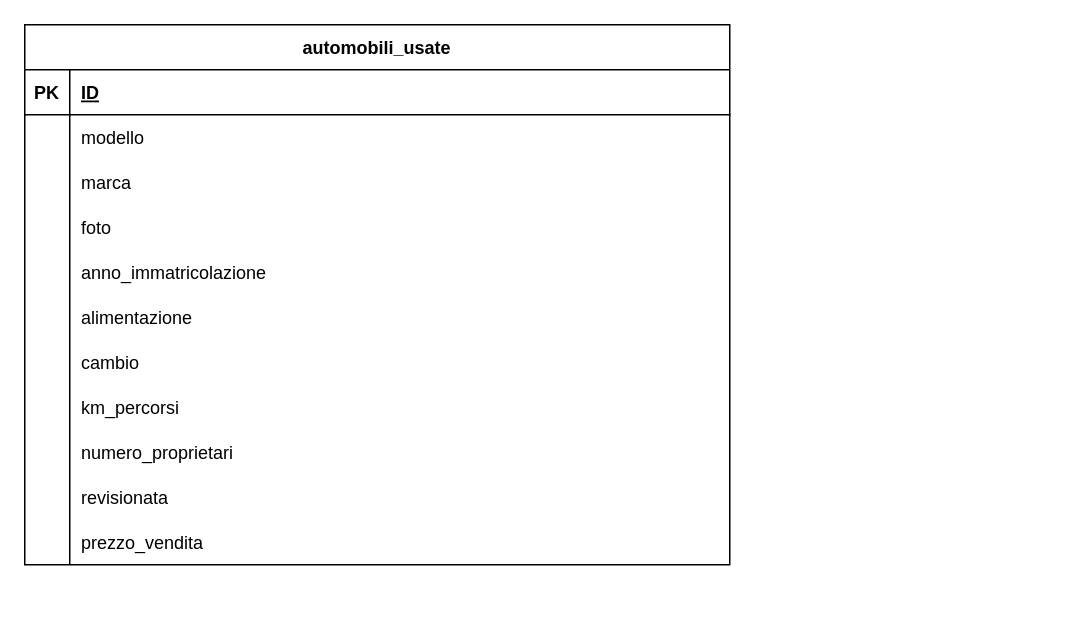
The draw.io diagram db_automobili_usate.drawio in N1kola0s/db-first, before the edit. Source tidied: cells renumbered, new cells numbered last; positions are measured from the earlier drawing's top-left corner, leaving out a move shared by most shapes. Both pictures are drawn from the tidied source at 150%, with x=0, y=0 at pixel (24, 24).
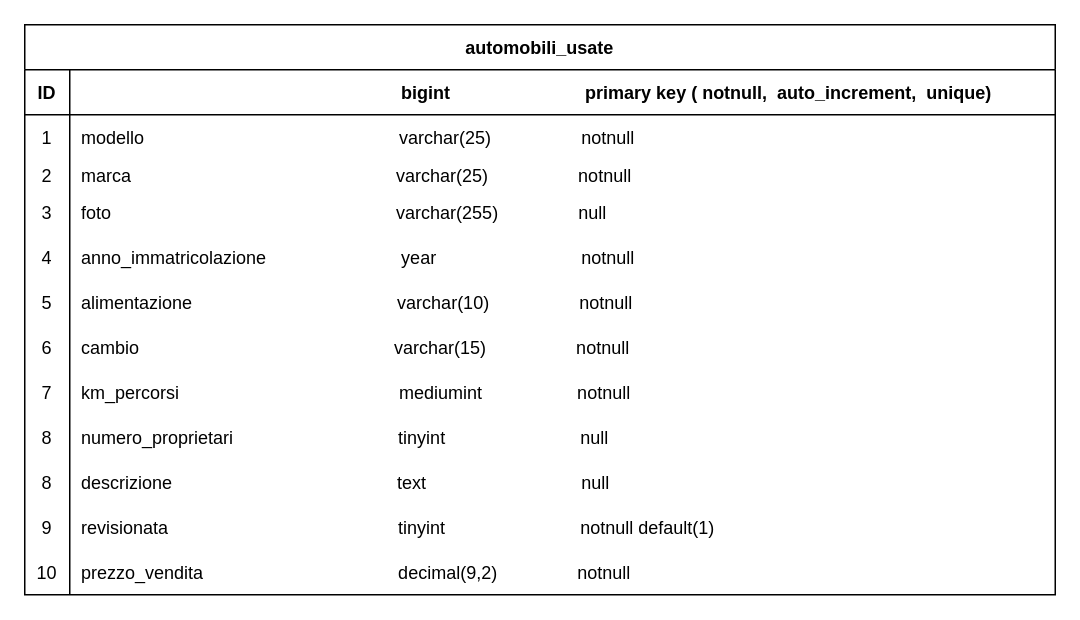
After the change.

Change to the diagram source:
```diff
@@
     <mxCell id="2" value="automobili_usate" style="shape=table;startSize=30;childLayout=tableLayout;rowLines=0;fontStyle=1;align=center;" parent="1" vertex="1">
-      <mxGeometry width="470" height="360" as="geometry" />
+      <mxGeometry width="687" height="380" as="geometry" />
     </mxCell>
     <mxCell id="3" style="shape=partialRectangle;fillColor=none;top=0;left=0;bottom=1;right=0;" parent="2" vertex="1">
-      <mxGeometry y="30" width="470" height="30" as="geometry" />
+      <mxGeometry y="30" width="687" height="30" as="geometry" />
     </mxCell>
-    <mxCell id="4" value="PK" style="shape=partialRectangle;fillColor=none;top=0;left=0;bottom=0;right=0;fontStyle=1;overflow=hidden;" parent="3" vertex="1">
+    <mxCell id="4" value="ID" style="shape=partialRectangle;fillColor=none;top=0;left=0;bottom=0;right=0;fontStyle=1;overflow=hidden;" parent="3" vertex="1">
       <mxGeometry width="30" height="30" as="geometry" />
     </mxCell>
-    <mxCell id="5" value="ID" style="shape=partialRectangle;fillColor=none;top=0;left=0;bottom=0;right=0;align=left;spacingLeft=6;fontStyle=5;overflow=hidden;" parent="3" vertex="1">
-      <mxGeometry x="30" width="440" height="30" as="geometry" />
+    <mxCell id="5" value="                                                                bigint                           primary key ( notnull,  auto_increment,  unique)" style="shape=partialRectangle;fillColor=none;top=0;left=0;bottom=0;right=0;align=left;spacingLeft=6;fontStyle=1;overflow=hidden;" parent="3" vertex="1">
+      <mxGeometry x="30" width="657" height="30" as="geometry" />
     </mxCell>
     <mxCell id="6" style="shape=partialRectangle;fillColor=none;top=0;left=0;bottom=0;right=0;" parent="2" vertex="1">
-      <mxGeometry y="60" width="470" height="30" as="geometry" />
+      <mxGeometry y="60" width="687" height="30" as="geometry" />
     </mxCell>
-    <mxCell id="7" style="shape=partialRectangle;fillColor=none;top=0;left=0;bottom=0;right=0;overflow=hidden;" parent="6" vertex="1">
+    <mxCell id="7" value="1" style="shape=partialRectangle;fillColor=none;top=0;left=0;bottom=0;right=0;overflow=hidden;" parent="6" vertex="1">
       <mxGeometry width="30" height="30" as="geometry" />
     </mxCell>
-    <mxCell id="8" value="modello                                          " style="shape=partialRectangle;fillColor=none;top=0;left=0;bottom=0;right=0;align=left;spacingLeft=6;overflow=hidden;" parent="6" vertex="1">
-      <mxGeometry x="30" width="440" height="30" as="geometry" />
+    <mxCell id="8" value="modello                                                   varchar(25)                  notnull" style="shape=partialRectangle;fillColor=none;top=0;left=0;bottom=0;right=0;align=left;spacingLeft=6;overflow=hidden;" parent="6" vertex="1">
+      <mxGeometry x="30" width="657" height="30" as="geometry" />
     </mxCell>
     <mxCell id="9" style="shape=partialRectangle;fillColor=none;top=0;left=0;bottom=0;right=0;" parent="2" vertex="1">
-      <mxGeometry y="90" width="470" height="30" as="geometry" />
+      <mxGeometry y="90" width="687" height="20" as="geometry" />
     </mxCell>
-    <mxCell id="10" style="shape=partialRectangle;fillColor=none;top=0;left=0;bottom=0;right=0;overflow=hidden;" parent="9" vertex="1">
-      <mxGeometry width="30" height="30" as="geometry" />
+    <mxCell id="10" value="2" style="shape=partialRectangle;fillColor=none;top=0;left=0;bottom=0;right=0;overflow=hidden;" parent="9" vertex="1">
+      <mxGeometry width="30" height="20" as="geometry" />
     </mxCell>
-    <mxCell id="11" value="marca" style="shape=partialRectangle;fillColor=none;top=0;left=0;bottom=0;right=0;align=left;spacingLeft=6;overflow=hidden;" parent="9" vertex="1">
-      <mxGeometry x="30" width="440" height="30" as="geometry" />
+    <mxCell id="11" value="marca                                                     varchar(25)                  notnull" style="shape=partialRectangle;fillColor=none;top=0;left=0;bottom=0;right=0;align=left;spacingLeft=6;overflow=hidden;" parent="9" vertex="1">
+      <mxGeometry x="30" width="657" height="20" as="geometry" />
     </mxCell>
     <mxCell id="12" style="shape=partialRectangle;fillColor=none;top=0;left=0;bottom=0;right=0;" parent="2" vertex="1">
-      <mxGeometry y="120" width="470" height="30" as="geometry" />
+      <mxGeometry y="110" width="687" height="30" as="geometry" />
     </mxCell>
-    <mxCell id="13" style="shape=partialRectangle;fillColor=none;top=0;left=0;bottom=0;right=0;overflow=hidden;" parent="12" vertex="1">
+    <mxCell id="13" value="3" style="shape=partialRectangle;fillColor=none;top=0;left=0;bottom=0;right=0;overflow=hidden;" parent="12" vertex="1">
       <mxGeometry width="30" height="30" as="geometry" />
     </mxCell>
-    <mxCell id="14" value="foto" style="shape=partialRectangle;fillColor=none;top=0;left=0;bottom=0;right=0;align=left;spacingLeft=6;overflow=hidden;" parent="12" vertex="1">
-      <mxGeometry x="30" width="440" height="30" as="geometry" />
+    <mxCell id="14" value="foto                                                         varchar(255)                null" style="shape=partialRectangle;fillColor=none;top=0;left=0;bottom=0;right=0;align=left;spacingLeft=6;overflow=hidden;" parent="12" vertex="1">
+      <mxGeometry x="30" width="657" height="30" as="geometry" />
     </mxCell>
     <mxCell id="15" style="shape=partialRectangle;fillColor=none;top=0;left=0;bottom=0;right=0;" parent="2" vertex="1">
-      <mxGeometry y="150" width="470" height="30" as="geometry" />
+      <mxGeometry y="140" width="687" height="30" as="geometry" />
     </mxCell>
-    <mxCell id="16" style="shape=partialRectangle;fillColor=none;top=0;left=0;bottom=0;right=0;overflow=hidden;" parent="15" vertex="1">
+    <mxCell id="16" value="4" style="shape=partialRectangle;fillColor=none;top=0;left=0;bottom=0;right=0;overflow=hidden;" parent="15" vertex="1">
       <mxGeometry width="30" height="30" as="geometry" />
     </mxCell>
-    <mxCell id="17" value="anno_immatricolazione" style="shape=partialRectangle;fillColor=none;top=0;left=0;bottom=0;right=0;align=left;spacingLeft=6;overflow=hidden;" parent="15" vertex="1">
-      <mxGeometry x="30" width="440" height="30" as="geometry" />
+    <mxCell id="17" value="anno_immatricolazione                           year                             notnull" style="shape=partialRectangle;fillColor=none;top=0;left=0;bottom=0;right=0;align=left;spacingLeft=6;overflow=hidden;" parent="15" vertex="1">
+      <mxGeometry x="30" width="657" height="30" as="geometry" />
     </mxCell>
     <mxCell id="18" style="shape=partialRectangle;fillColor=none;top=0;left=0;bottom=0;right=0;" parent="2" vertex="1">
-      <mxGeometry y="180" width="470" height="30" as="geometry" />
+      <mxGeometry y="170" width="687" height="30" as="geometry" />
     </mxCell>
-    <mxCell id="19" style="shape=partialRectangle;fillColor=none;top=0;left=0;bottom=0;right=0;overflow=hidden;" parent="18" vertex="1">
+    <mxCell id="19" value="5" style="shape=partialRectangle;fillColor=none;top=0;left=0;bottom=0;right=0;overflow=hidden;" parent="18" vertex="1">
       <mxGeometry width="30" height="30" as="geometry" />
     </mxCell>
-    <mxCell id="20" value="alimentazione" style="shape=partialRectangle;fillColor=none;top=0;left=0;bottom=0;right=0;align=left;spacingLeft=6;overflow=hidden;" parent="18" vertex="1">
-      <mxGeometry x="30" width="440" height="30" as="geometry" />
+    <mxCell id="20" value="alimentazione                                         varchar(10)                  notnull" style="shape=partialRectangle;fillColor=none;top=0;left=0;bottom=0;right=0;align=left;spacingLeft=6;overflow=hidden;" parent="18" vertex="1">
+      <mxGeometry x="30" width="657" height="30" as="geometry" />
     </mxCell>
     <mxCell id="21" style="shape=partialRectangle;fillColor=none;top=0;left=0;bottom=0;right=0;" parent="2" vertex="1">
-      <mxGeometry y="210" width="470" height="30" as="geometry" />
+      <mxGeometry y="200" width="687" height="30" as="geometry" />
     </mxCell>
-    <mxCell id="22" style="shape=partialRectangle;fillColor=none;top=0;left=0;bottom=0;right=0;overflow=hidden;" parent="21" vertex="1">
+    <mxCell id="22" value="6" style="shape=partialRectangle;fillColor=none;top=0;left=0;bottom=0;right=0;overflow=hidden;" parent="21" vertex="1">
       <mxGeometry width="30" height="30" as="geometry" />
     </mxCell>
-    <mxCell id="23" value="cambio" style="shape=partialRectangle;fillColor=none;top=0;left=0;bottom=0;right=0;align=left;spacingLeft=6;overflow=hidden;" parent="21" vertex="1">
-      <mxGeometry x="30" width="440" height="30" as="geometry" />
+    <mxCell id="23" value="cambio                                                   varchar(15)                  notnull" style="shape=partialRectangle;fillColor=none;top=0;left=0;bottom=0;right=0;align=left;spacingLeft=6;overflow=hidden;" parent="21" vertex="1">
+      <mxGeometry x="30" width="657" height="30" as="geometry" />
     </mxCell>
     <mxCell id="24" style="shape=partialRectangle;fillColor=none;top=0;left=0;bottom=0;right=0;" parent="2" vertex="1">
-      <mxGeometry y="240" width="470" height="30" as="geometry" />
+      <mxGeometry y="230" width="687" height="30" as="geometry" />
     </mxCell>
-    <mxCell id="25" style="shape=partialRectangle;fillColor=none;top=0;left=0;bottom=0;right=0;overflow=hidden;" parent="24" vertex="1">
+    <mxCell id="25" value="7" style="shape=partialRectangle;fillColor=none;top=0;left=0;bottom=0;right=0;overflow=hidden;" parent="24" vertex="1">
       <mxGeometry width="30" height="30" as="geometry" />
     </mxCell>
-    <mxCell id="26" value="km_percorsi" style="shape=partialRectangle;fillColor=none;top=0;left=0;bottom=0;right=0;align=left;spacingLeft=6;overflow=hidden;" parent="24" vertex="1">
-      <mxGeometry x="30" width="440" height="30" as="geometry" />
+    <mxCell id="26" value="km_percorsi                                            mediumint                   notnull" style="shape=partialRectangle;fillColor=none;top=0;left=0;bottom=0;right=0;align=left;spacingLeft=6;overflow=hidden;" parent="24" vertex="1">
+      <mxGeometry x="30" width="657" height="30" as="geometry" />
     </mxCell>
     <mxCell id="27" style="shape=partialRectangle;fillColor=none;top=0;left=0;bottom=0;right=0;" parent="2" vertex="1">
-      <mxGeometry y="270" width="470" height="30" as="geometry" />
+      <mxGeometry y="260" width="687" height="30" as="geometry" />
     </mxCell>
-    <mxCell id="28" style="shape=partialRectangle;fillColor=none;top=0;left=0;bottom=0;right=0;overflow=hidden;" parent="27" vertex="1">
+    <mxCell id="28" value="8" style="shape=partialRectangle;fillColor=none;top=0;left=0;bottom=0;right=0;overflow=hidden;" parent="27" vertex="1">
       <mxGeometry width="30" height="30" as="geometry" />
     </mxCell>
-    <mxCell id="29" value="numero_proprietari" style="shape=partialRectangle;fillColor=none;top=0;left=0;bottom=0;right=0;align=left;spacingLeft=6;overflow=hidden;" parent="27" vertex="1">
-      <mxGeometry x="30" width="440" height="30" as="geometry" />
+    <mxCell id="29" value="numero_proprietari                                 tinyint                           null" style="shape=partialRectangle;fillColor=none;top=0;left=0;bottom=0;right=0;align=left;spacingLeft=6;overflow=hidden;" parent="27" vertex="1">
+      <mxGeometry x="30" width="657" height="30" as="geometry" />
     </mxCell>
+    <mxCell id="36" style="shape=partialRectangle;fillColor=none;top=0;left=0;bottom=0;right=0;" parent="2" vertex="1">
+      <mxGeometry y="290" width="687" height="30" as="geometry" />
+    </mxCell>
+    <mxCell id="37" value="8" style="shape=partialRectangle;fillColor=none;top=0;left=0;bottom=0;right=0;overflow=hidden;" parent="36" vertex="1">
+      <mxGeometry width="30" height="30" as="geometry" />
+    </mxCell>
+    <mxCell id="38" value="descrizione                                             text                               null" style="shape=partialRectangle;fillColor=none;top=0;left=0;bottom=0;right=0;align=left;spacingLeft=6;overflow=hidden;" parent="36" vertex="1">
+      <mxGeometry x="30" width="657" height="30" as="geometry" />
+    </mxCell>
     <mxCell id="30" style="shape=partialRectangle;fillColor=none;top=0;left=0;bottom=0;right=0;" parent="2" vertex="1">
-      <mxGeometry y="300" width="470" height="30" as="geometry" />
+      <mxGeometry y="320" width="687" height="30" as="geometry" />
     </mxCell>
-    <mxCell id="31" style="shape=partialRectangle;fillColor=none;top=0;left=0;bottom=0;right=0;overflow=hidden;" parent="30" vertex="1">
+    <mxCell id="31" value="9" style="shape=partialRectangle;fillColor=none;top=0;left=0;bottom=0;right=0;overflow=hidden;" parent="30" vertex="1">
       <mxGeometry width="30" height="30" as="geometry" />
     </mxCell>
-    <mxCell id="32" value="revisionata" style="shape=partialRectangle;fillColor=none;top=0;left=0;bottom=0;right=0;align=left;spacingLeft=6;overflow=hidden;" parent="30" vertex="1">
-      <mxGeometry x="30" width="440" height="30" as="geometry" />
+    <mxCell id="32" value="revisionata                                              tinyint                           notnull default(1)" style="shape=partialRectangle;fillColor=none;top=0;left=0;bottom=0;right=0;align=left;spacingLeft=6;overflow=hidden;" parent="30" vertex="1">
+      <mxGeometry x="30" width="657" height="30" as="geometry" />
     </mxCell>
     <mxCell id="33" style="shape=partialRectangle;fillColor=none;top=0;left=0;bottom=0;right=0;" parent="2" vertex="1">
-      <mxGeometry y="330" width="470" height="30" as="geometry" />
+      <mxGeometry y="350" width="687" height="30" as="geometry" />
     </mxCell>
-    <mxCell id="34" style="shape=partialRectangle;fillColor=none;top=0;left=0;bottom=0;right=0;overflow=hidden;" parent="33" vertex="1">
+    <mxCell id="34" value="10" style="shape=partialRectangle;fillColor=none;top=0;left=0;bottom=0;right=0;overflow=hidden;" parent="33" vertex="1">
       <mxGeometry width="30" height="30" as="geometry" />
     </mxCell>
-    <mxCell id="35" value="prezzo_vendita " style="shape=partialRectangle;fillColor=none;top=0;left=0;bottom=0;right=0;align=left;spacingLeft=6;overflow=hidden;" parent="33" vertex="1">
-      <mxGeometry x="30" width="440" height="30" as="geometry" />
+    <mxCell id="35" value="prezzo_vendita                                       decimal(9,2)                notnull" style="shape=partialRectangle;fillColor=none;top=0;left=0;bottom=0;right=0;align=left;spacingLeft=6;overflow=hidden;" parent="33" vertex="1">
+      <mxGeometry x="30" width="657" height="30" as="geometry" />
     </mxCell>
```
